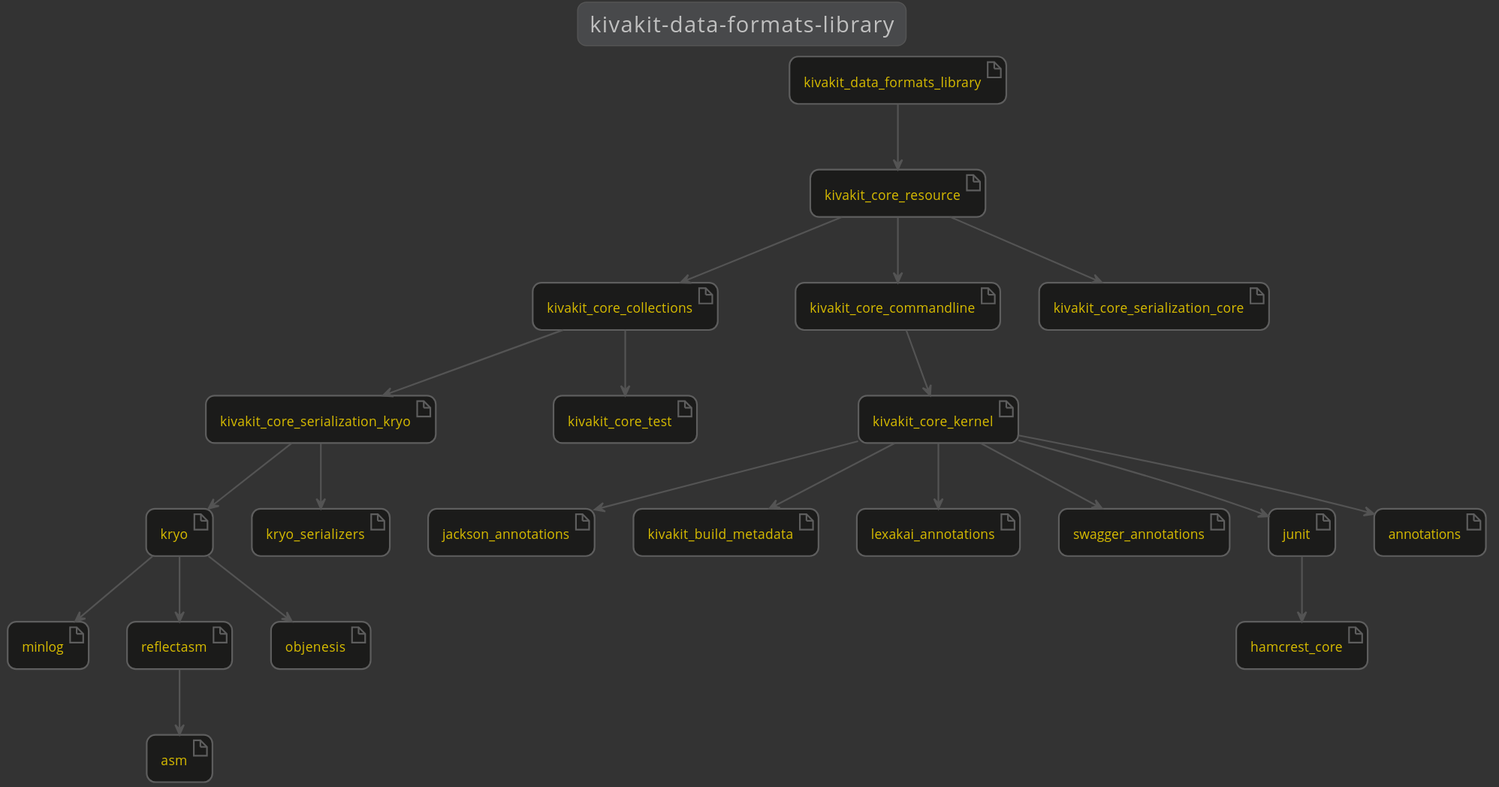
Earlier version of the PlantUML export docs/lexakai/kivakit-extensions/kivakit-data/formats/library/documentation/diagrams/dependencies.svg (Telenav/kivakit-assets).
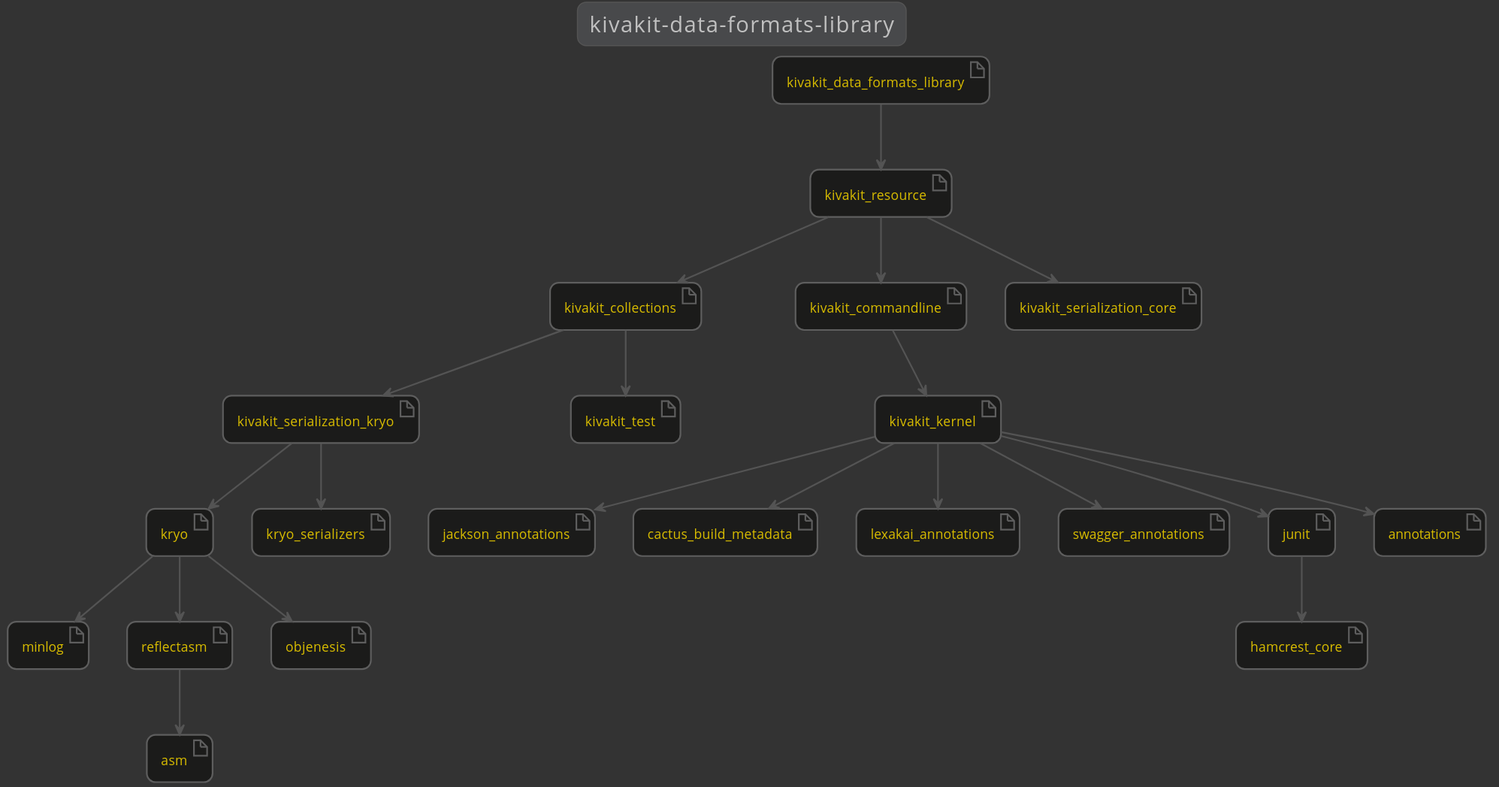
After the change.

The edit, as a diff of the source:
```diff
@@ -8,15 +8,15 @@
     artifact minlog
     artifact reflectasm
     artifact jackson_annotations
-    artifact kivakit_build_metadata
-    artifact kivakit_core_collections
-    artifact kivakit_core_commandline
-    artifact kivakit_core_kernel
-    artifact kivakit_core_resource
-    artifact kivakit_core_serialization_core
-    artifact kivakit_core_serialization_kryo
-    artifact kivakit_core_test
+    artifact cactus_build_metadata
+    artifact kivakit_collections
+    artifact kivakit_commandline
     artifact kivakit_data_formats_library
+    artifact kivakit_kernel
+    artifact kivakit_resource
+    artifact kivakit_serialization_core
+    artifact kivakit_serialization_kryo
+    artifact kivakit_test
     artifact lexakai_annotations
     artifact kryo_serializers
     artifact swagger_annotations
@@ -26,21 +26,21 @@
     artifact objenesis
     artifact asm
     junit --> hamcrest_core
-    kivakit_core_collections --> kivakit_core_serialization_kryo
-    kivakit_core_collections --> kivakit_core_test
-    kivakit_core_commandline --> kivakit_core_kernel
-    kivakit_core_kernel --> annotations
-    kivakit_core_kernel --> jackson_annotations
-    kivakit_core_kernel --> junit
-    kivakit_core_kernel --> kivakit_build_metadata
-    kivakit_core_kernel --> lexakai_annotations
-    kivakit_core_kernel --> swagger_annotations
-    kivakit_core_resource --> kivakit_core_collections
-    kivakit_core_resource --> kivakit_core_commandline
-    kivakit_core_resource --> kivakit_core_serialization_core
-    kivakit_core_serialization_kryo --> kryo
-    kivakit_core_serialization_kryo --> kryo_serializers
-    kivakit_data_formats_library --> kivakit_core_resource
+    kivakit_collections --> kivakit_serialization_kryo
+    kivakit_collections --> kivakit_test
+    kivakit_commandline --> kivakit_kernel
+    kivakit_data_formats_library --> kivakit_resource
+    kivakit_kernel --> annotations
+    kivakit_kernel --> cactus_build_metadata
+    kivakit_kernel --> jackson_annotations
+    kivakit_kernel --> junit
+    kivakit_kernel --> lexakai_annotations
+    kivakit_kernel --> swagger_annotations
+    kivakit_resource --> kivakit_collections
+    kivakit_resource --> kivakit_commandline
+    kivakit_resource --> kivakit_serialization_core
+    kivakit_serialization_kryo --> kryo
+    kivakit_serialization_kryo --> kryo_serializers
     kryo --> minlog
     kryo --> objenesis
     kryo --> reflectasm
```
